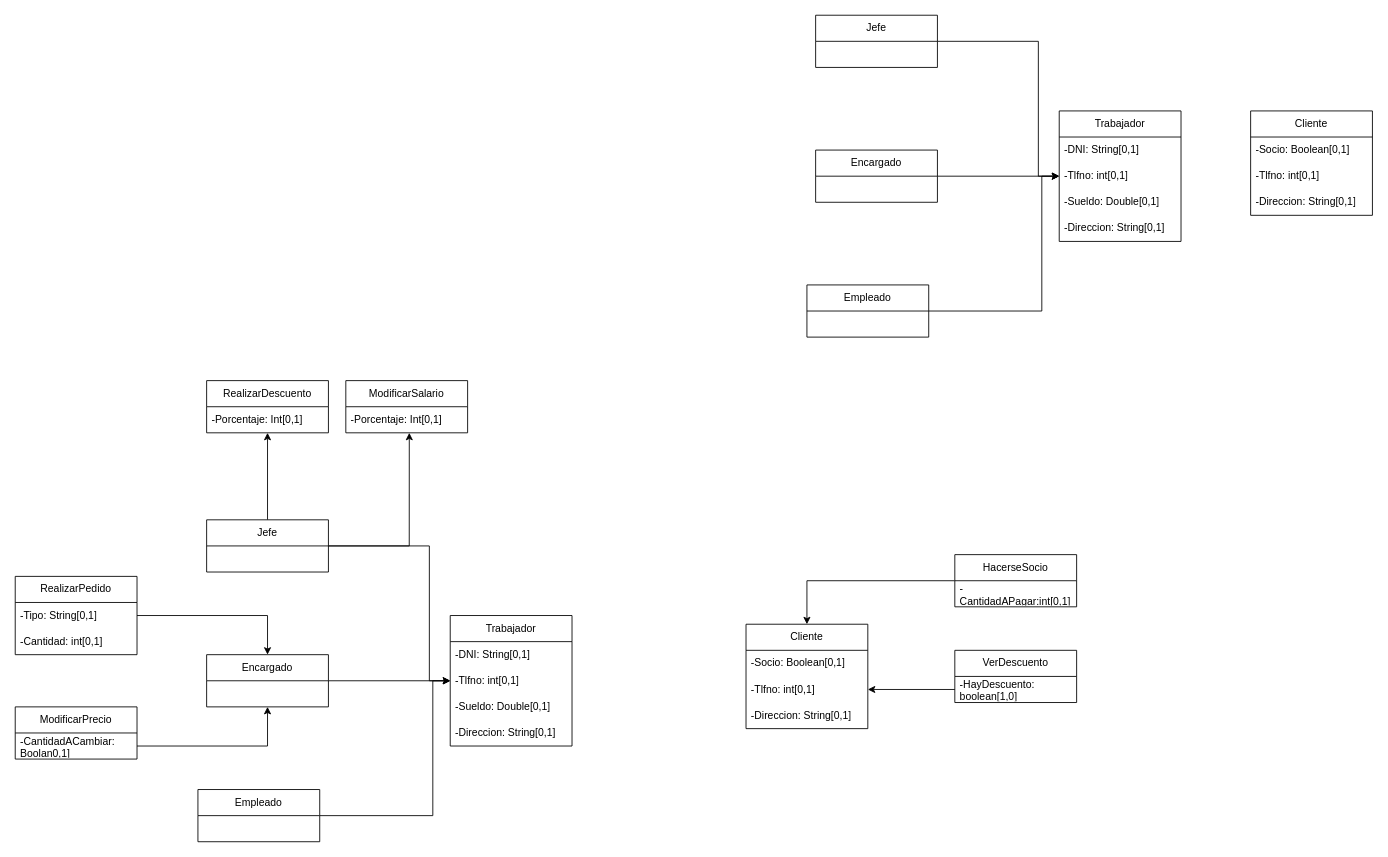
Earlier version of the draw.io diagram uml.drawio (Nxaahh05/UML2). Source tidied: cells renumbered, new cells numbered last; positions are measured from the earlier drawing's top-left corner, leaving out a move shared by most shapes. Both pictures are drawn from the tidied source at 87%, with x=0, y=0 at pixel (15, 15).
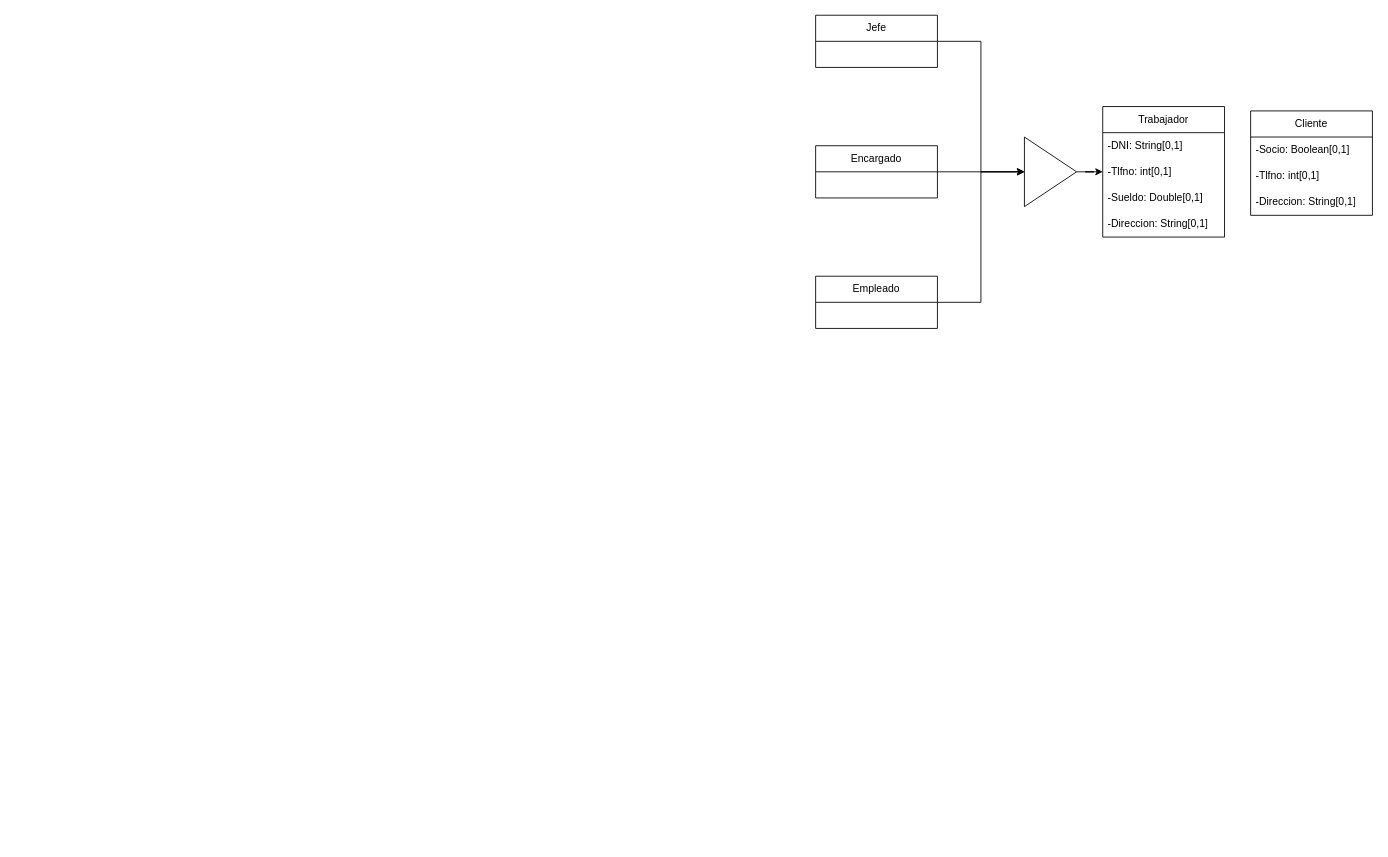
Above is the later version.

The change refers to these unchanged cells:
```xml
<mxCell id="38" value="-Tlfno: int[0,1]" style="text;strokeColor=none;fillColor=none;align=left;verticalAlign=middle;spacingLeft=4;spacingRight=4;overflow=hidden;points=[[0,0.5],[1,0.5]];portConstraint=eastwest;whiteSpace=wrap;html=1;" parent="36" vertex="1">
  <mxGeometry y="60" width="140" height="30" as="geometry" />
</mxCell>
<mxCell id="41" value="Jefe" style="swimlane;fontStyle=0;horizontal=1;startSize=30;whiteSpace=wrap;html=1;" parent="1" vertex="1">
  <mxGeometry x="920" width="140" height="60" as="geometry" />
</mxCell>
```

Diff of the diagram source:
```diff
@@
-    <mxCell id="2" value="Trabajador" style="swimlane;fontStyle=0;horizontal=1;startSize=30;whiteSpace=wrap;html=1;" parent="1" vertex="1">
-      <mxGeometry x="500" y="690" width="140" height="150" as="geometry" />
-    </mxCell>
-    <mxCell id="3" value="-DNI: String[0,1]" style="text;strokeColor=none;fillColor=none;align=left;verticalAlign=middle;spacingLeft=4;spacingRight=4;overflow=hidden;whiteSpace=wrap;html=1;" parent="2" vertex="1">
-      <mxGeometry y="30" width="140" height="30" as="geometry" />
-    </mxCell>
-    <mxCell id="4" value="-Tlfno: int[0,1]" style="text;strokeColor=none;fillColor=none;align=left;verticalAlign=middle;spacingLeft=4;spacingRight=4;overflow=hidden;points=[[0,0.5],[1,0.5]];portConstraint=eastwest;whiteSpace=wrap;html=1;" parent="2" vertex="1">
-      <mxGeometry y="60" width="140" height="30" as="geometry" />
-    </mxCell>
-    <mxCell id="5" value="-Sueldo: Double[0,1]" style="text;strokeColor=none;fillColor=none;align=left;verticalAlign=middle;spacingLeft=4;spacingRight=4;overflow=hidden;whiteSpace=wrap;html=1;" parent="2" vertex="1">
-      <mxGeometry y="90" width="140" height="30" as="geometry" />
-    </mxCell>
-    <mxCell id="6" value="-Direccion: String[0,1]" style="text;strokeColor=none;fillColor=none;align=left;verticalAlign=middle;spacingLeft=4;spacingRight=4;overflow=hidden;whiteSpace=wrap;html=1;" parent="2" vertex="1">
-      <mxGeometry y="120" width="140" height="30" as="geometry" />
-    </mxCell>
-    <mxCell id="7" style="edgeStyle=orthogonalEdgeStyle;rounded=0;jettySize=auto;html=1;entryX=0.5;entryY=1;entryDx=0;entryDy=0;" parent="1" edge="1" source="8" target="18">
-      <mxGeometry relative="1" as="geometry" />
-    </mxCell>
-    <mxCell id="8" value="Jefe" style="swimlane;fontStyle=0;horizontal=1;startSize=30;whiteSpace=wrap;html=1;" parent="1" vertex="1">
-      <mxGeometry x="220" y="580" width="140" height="60" as="geometry" />
-    </mxCell>
-    <mxCell id="9" style="edgeStyle=orthogonalEdgeStyle;rounded=0;jettySize=auto;html=1;entryX=0;entryY=0.5;entryDx=0;entryDy=0;" parent="1" edge="1" source="10" target="4">
-      <mxGeometry relative="1" as="geometry" />
-    </mxCell>
-    <mxCell id="10" value="Encargado" style="swimlane;fontStyle=0;horizontal=1;startSize=30;whiteSpace=wrap;html=1;" parent="1" vertex="1">
-      <mxGeometry x="220" y="735" width="140" height="60" as="geometry" />
-    </mxCell>
-    <mxCell id="11" style="edgeStyle=orthogonalEdgeStyle;rounded=0;jettySize=auto;html=1;entryX=0;entryY=0.5;entryDx=0;entryDy=0;" parent="1" edge="1" source="12" target="4">
-      <mxGeometry relative="1" as="geometry">
-        <Array as="points">
-          <mxPoint x="480" y="920" />
-          <mxPoint x="480" y="765" />
-        </Array>
-      </mxGeometry>
-    </mxCell>
-    <mxCell id="12" value="Empleado" style="swimlane;fontStyle=0;horizontal=1;startSize=30;whiteSpace=wrap;html=1;" parent="1" vertex="1">
-      <mxGeometry x="210" y="890" width="140" height="60" as="geometry" />
-    </mxCell>
-    <mxCell id="13" style="edgeStyle=orthogonalEdgeStyle;rounded=0;jettySize=auto;html=1;entryX=0;entryY=0.5;entryDx=0;entryDy=0;" parent="1" edge="1" source="8" target="4">
-      <mxGeometry relative="1" as="geometry">
-        <Array as="points">
-          <mxPoint x="476" y="610" />
-          <mxPoint x="476" y="765" />
-        </Array>
-      </mxGeometry>
-    </mxCell>
-    <mxCell id="14" value="Cliente" style="swimlane;fontStyle=0;horizontal=1;startSize=30;whiteSpace=wrap;html=1;" parent="1" vertex="1">
-      <mxGeometry x="840" y="700" width="140" height="120" as="geometry" />
-    </mxCell>
-    <mxCell id="15" value="-Socio: Boolean[0,1]" style="text;strokeColor=none;fillColor=none;align=left;verticalAlign=middle;spacingLeft=4;spacingRight=4;overflow=hidden;whiteSpace=wrap;html=1;" parent="14" vertex="1">
-      <mxGeometry y="30" width="140" height="30" as="geometry" />
-    </mxCell>
-    <mxCell id="16" value="-Tlfno: int[0,1]" style="text;strokeColor=none;fillColor=none;align=left;verticalAlign=middle;spacingLeft=4;spacingRight=4;overflow=hidden;points=[[0,0.5],[1,0.5]];portConstraint=eastwest;whiteSpace=wrap;html=1;" parent="14" vertex="1">
-      <mxGeometry y="60" width="140" height="30" as="geometry" />
-    </mxCell>
-    <mxCell id="17" value="-Direccion: String[0,1]" style="text;strokeColor=none;fillColor=none;align=left;verticalAlign=middle;spacingLeft=4;spacingRight=4;overflow=hidden;whiteSpace=wrap;html=1;" parent="14" vertex="1">
-      <mxGeometry y="90" width="140" height="30" as="geometry" />
-    </mxCell>
-    <mxCell id="18" value="RealizarDescuento" style="swimlane;fontStyle=0;horizontal=1;startSize=30;whiteSpace=wrap;html=1;" parent="1" vertex="1">
-      <mxGeometry x="220" y="420" width="140" height="60" as="geometry" />
-    </mxCell>
-    <mxCell id="19" value="-Porcentaje: Int[0,1]" style="text;strokeColor=none;fillColor=none;align=left;verticalAlign=middle;spacingLeft=4;spacingRight=4;overflow=hidden;whiteSpace=wrap;html=1;" parent="18" vertex="1">
-      <mxGeometry y="30" width="140" height="30" as="geometry" />
-    </mxCell>
-    <mxCell id="20" value="ModificarSalario" style="swimlane;fontStyle=0;horizontal=1;startSize=30;whiteSpace=wrap;html=1;" parent="1" vertex="1">
-      <mxGeometry x="380" y="420" width="140" height="60" as="geometry" />
-    </mxCell>
-    <mxCell id="21" value="-Porcentaje: Int[0,1]" style="text;strokeColor=none;fillColor=none;align=left;verticalAlign=middle;spacingLeft=4;spacingRight=4;overflow=hidden;points=[[0,0.5],[1,0.5]];portConstraint=eastwest;whiteSpace=wrap;html=1;" parent="20" vertex="1">
-      <mxGeometry y="30" width="140" height="30" as="geometry" />
-    </mxCell>
-    <mxCell id="22" style="edgeStyle=orthogonalEdgeStyle;rounded=0;jettySize=auto;html=1;entryX=0.521;entryY=1;entryDx=0;entryDy=0;entryPerimeter=0;" parent="1" edge="1" source="8" target="21">
-      <mxGeometry relative="1" as="geometry">
-        <Array as="points">
-          <mxPoint x="453" y="610" />
-        </Array>
-      </mxGeometry>
-    </mxCell>
-    <mxCell id="23" value="RealizarPedido" style="swimlane;fontStyle=0;horizontal=1;startSize=30;whiteSpace=wrap;html=1;" parent="1" vertex="1">
-      <mxGeometry y="645" width="140" height="90" as="geometry" />
-    </mxCell>
-    <mxCell id="24" value="-Tipo: String[0,1]" style="text;strokeColor=none;fillColor=none;align=left;verticalAlign=middle;spacingLeft=4;spacingRight=4;overflow=hidden;points=[[0,0.5],[1,0.5]];portConstraint=eastwest;whiteSpace=wrap;html=1;" parent="23" vertex="1">
-      <mxGeometry y="30" width="140" height="30" as="geometry" />
-    </mxCell>
-    <mxCell id="25" value="-Cantidad: int[0,1]" style="text;strokeColor=none;fillColor=none;align=left;verticalAlign=middle;spacingLeft=4;spacingRight=4;overflow=hidden;whiteSpace=wrap;html=1;" parent="23" vertex="1">
-      <mxGeometry y="60" width="140" height="30" as="geometry" />
-    </mxCell>
-    <mxCell id="26" style="edgeStyle=orthogonalEdgeStyle;rounded=0;jettySize=auto;html=1;" parent="1" edge="1" source="24" target="10">
-      <mxGeometry relative="1" as="geometry" />
-    </mxCell>
-    <mxCell id="27" value="ModificarPrecio" style="swimlane;fontStyle=0;horizontal=1;startSize=30;whiteSpace=wrap;html=1;" parent="1" vertex="1">
-      <mxGeometry y="795" width="140" height="60" as="geometry" />
-    </mxCell>
-    <mxCell id="28" value="-CantidadACambiar: Boolan0,1]" style="text;strokeColor=none;fillColor=none;align=left;verticalAlign=middle;spacingLeft=4;spacingRight=4;overflow=hidden;points=[[0,0.5],[1,0.5]];portConstraint=eastwest;whiteSpace=wrap;html=1;" parent="27" vertex="1">
-      <mxGeometry y="30" width="140" height="30" as="geometry" />
-    </mxCell>
-    <mxCell id="29" style="edgeStyle=orthogonalEdgeStyle;rounded=0;jettySize=auto;html=1;entryX=0.5;entryY=1;entryDx=0;entryDy=0;" parent="1" edge="1" source="28" target="10">
-      <mxGeometry relative="1" as="geometry" />
-    </mxCell>
-    <mxCell id="30" value="VerDescuento" style="swimlane;fontStyle=0;horizontal=1;startSize=30;whiteSpace=wrap;html=1;" parent="1" vertex="1">
-      <mxGeometry x="1080" y="730" width="140" height="60" as="geometry" />
-    </mxCell>
-    <mxCell id="31" value="-HayDescuento: boolean[1,0]" style="text;strokeColor=none;fillColor=none;align=left;verticalAlign=middle;spacingLeft=4;spacingRight=4;overflow=hidden;points=[[0,0.5],[1,0.5]];portConstraint=eastwest;whiteSpace=wrap;html=1;" parent="30" vertex="1">
-      <mxGeometry y="30" width="140" height="30" as="geometry" />
-    </mxCell>
-    <mxCell id="32" style="edgeStyle=orthogonalEdgeStyle;rounded=0;jettySize=auto;html=1;" parent="1" edge="1" source="31" target="16">
-      <mxGeometry relative="1" as="geometry" />
-    </mxCell>
-    <mxCell id="33" style="edgeStyle=orthogonalEdgeStyle;rounded=0;jettySize=auto;html=1;entryX=0.5;entryY=0;entryDx=0;entryDy=0;" parent="1" edge="1" source="34" target="14">
-      <mxGeometry relative="1" as="geometry" />
-    </mxCell>
-    <mxCell id="34" value="HacerseSocio" style="swimlane;fontStyle=0;horizontal=1;startSize=30;whiteSpace=wrap;html=1;" parent="1" vertex="1">
-      <mxGeometry x="1080" y="620" width="140" height="60" as="geometry" />
-    </mxCell>
-    <mxCell id="35" value="-CantidadAPagar:int[0,1]" style="text;strokeColor=none;fillColor=none;align=left;verticalAlign=middle;spacingLeft=4;spacingRight=4;overflow=hidden;whiteSpace=wrap;html=1;" parent="34" vertex="1">
-      <mxGeometry y="30" width="140" height="30" as="geometry" />
-    </mxCell>
     <mxCell id="36" value="Trabajador" style="swimlane;fontStyle=0;horizontal=1;startSize=30;whiteSpace=wrap;html=1;" parent="1" vertex="1">
-      <mxGeometry x="1200" y="110" width="140" height="150" as="geometry" />
+      <mxGeometry x="1250" y="105" width="140" height="150" as="geometry" />
     </mxCell>
@@
+    <mxCell id="51" style="edgeStyle=orthogonalEdgeStyle;rounded=0;jettySize=auto;html=1;entryX=0;entryY=0.5;entryDx=0;entryDy=0;" parent="1" edge="1" source="41" target="54">
+      <mxGeometry relative="1" as="geometry" />
+    </mxCell>
@@
-    <mxCell id="42" style="edgeStyle=orthogonalEdgeStyle;rounded=0;jettySize=auto;html=1;entryX=0;entryY=0.5;entryDx=0;entryDy=0;" parent="1" edge="1" source="43" target="38">
+    <mxCell id="42" style="edgeStyle=orthogonalEdgeStyle;rounded=0;jettySize=auto;html=1;entryX=0;entryY=0.5;entryDx=0;entryDy=0;" parent="1" edge="1" source="54" target="38">
       <mxGeometry relative="1" as="geometry" />
     </mxCell>
     <mxCell id="43" value="Encargado" style="swimlane;fontStyle=0;horizontal=1;startSize=30;whiteSpace=wrap;html=1;" parent="1" vertex="1">
-      <mxGeometry x="920" y="155" width="140" height="60" as="geometry" />
+      <mxGeometry x="920" y="150" width="140" height="60" as="geometry" />
     </mxCell>
-    <mxCell id="44" style="edgeStyle=orthogonalEdgeStyle;rounded=0;jettySize=auto;html=1;entryX=0;entryY=0.5;entryDx=0;entryDy=0;" parent="1" edge="1" source="45" target="38">
-      <mxGeometry relative="1" as="geometry">
-        <Array as="points">
-          <mxPoint x="1180" y="340" />
-          <mxPoint x="1180" y="185" />
-        </Array>
-      </mxGeometry>
-    </mxCell>
+    <mxCell id="52" style="edgeStyle=orthogonalEdgeStyle;rounded=0;jettySize=auto;html=1;entryX=0;entryY=0.5;entryDx=0;entryDy=0;" parent="1" edge="1" source="45" target="54">
+      <mxGeometry relative="1" as="geometry" />
+    </mxCell>
     <mxCell id="45" value="Empleado" style="swimlane;fontStyle=0;horizontal=1;startSize=30;whiteSpace=wrap;html=1;" parent="1" vertex="1">
-      <mxGeometry x="910" y="310" width="140" height="60" as="geometry" />
+      <mxGeometry x="920" y="300" width="140" height="60" as="geometry" />
     </mxCell>
-    <mxCell id="46" style="edgeStyle=orthogonalEdgeStyle;rounded=0;jettySize=auto;html=1;entryX=0;entryY=0.5;entryDx=0;entryDy=0;" parent="1" edge="1" source="41" target="38">
-      <mxGeometry relative="1" as="geometry">
-        <Array as="points">
-          <mxPoint x="1176" y="30" />
-          <mxPoint x="1176" y="185" />
-        </Array>
-      </mxGeometry>
-    </mxCell>
@@
+    <mxCell id="53" style="edgeStyle=orthogonalEdgeStyle;rounded=0;jettySize=auto;html=1;entryX=0;entryY=0.5;entryDx=0;entryDy=0;" parent="1" edge="1" source="43" target="54">
+      <mxGeometry relative="1" as="geometry" />
+    </mxCell>
+    <mxCell id="54" style="triangle;whiteSpace=wrap;html=1;" parent="1" vertex="1">
+      <mxGeometry x="1160" y="140" width="60" height="80" as="geometry" />
+    </mxCell>
```
